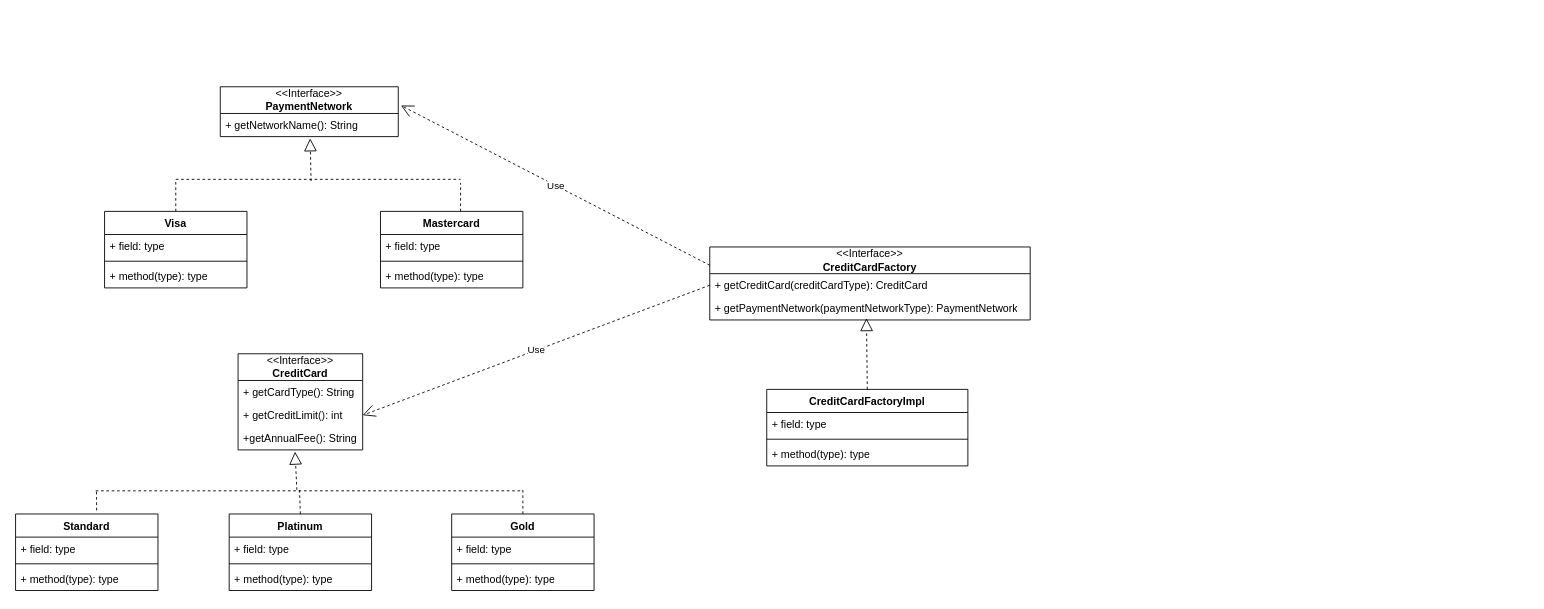
AndersonElit/design-patterns-examples keeps this draw.io diagram as creational-patterns/abstract-factory/abstract-factory-uml.drawio. Above is the earlier version. Source tidied: cells renumbered, new cells numbered last; positions are measured from the earlier drawing's top-left corner, leaving out a move shared by most shapes. Both pictures are drawn from the tidied source at 89%, with x=0, y=0 at pixel (15, 86).
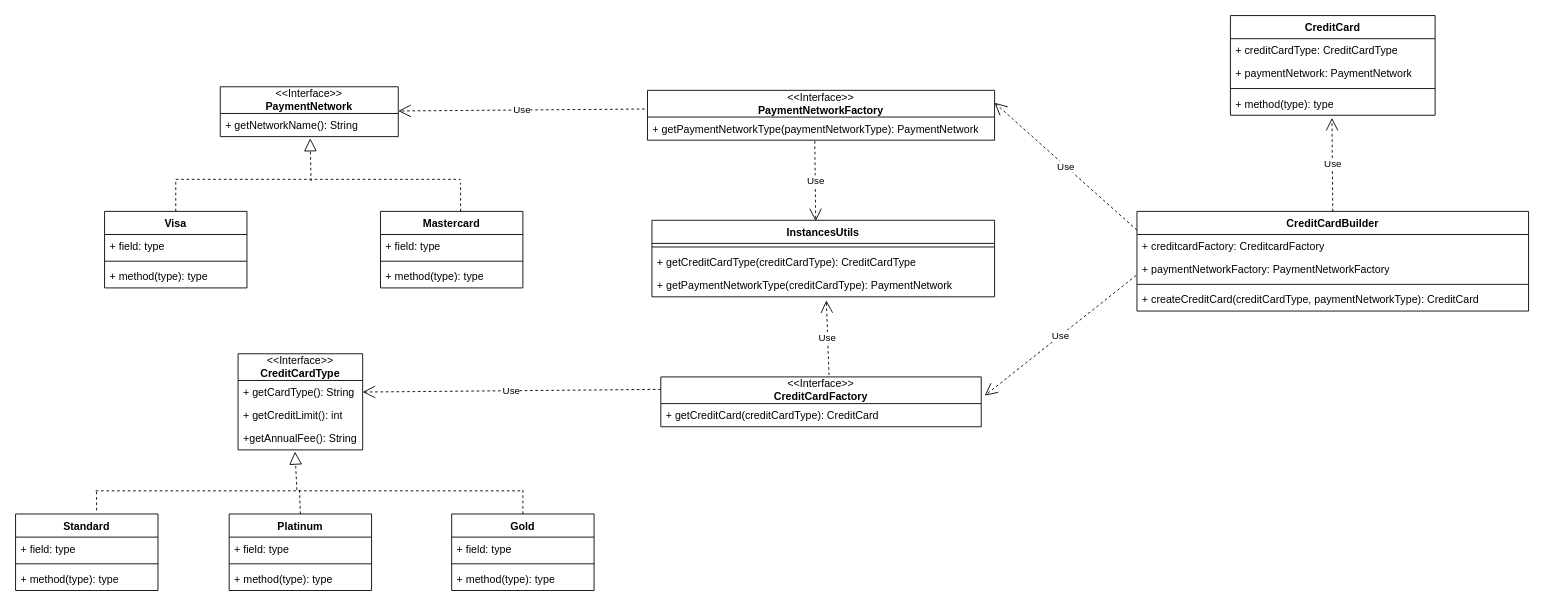
The same page after the edit.

Commit message (it also covers changes not shown here):
abstract factory UML diagram in combination with a builder class completed.

The change refers to these unchanged cells:
```xml
<mxCell id="3" value="+ getCardType(): String" style="text;strokeColor=none;fillColor=none;align=left;verticalAlign=top;spacingLeft=4;spacingRight=4;overflow=hidden;points=[[0,0.5],[1,0.5]];portConstraint=eastwest;whiteSpace=wrap;html=1;" parent="2" vertex="1">
  <mxGeometry y="30" width="140" height="26" as="geometry" />
</mxCell>
<mxCell id="4" value="+ getCreditLimit&lt;span style=&quot;font-size: var(--cib-type-body1-font-size); font-weight: var(--cib-type-body1-font-weight); color: rgb(17, 17, 17); font-variation-settings: var(--cib-type-subtitle1-font-variation-settings);&quot; class=&quot;hljs-params&quot;&gt;()&lt;/span&gt;&lt;span style=&quot;background-color: initial;&quot;&gt;: int&lt;/span&gt;" style="text;strokeColor=none;fillColor=none;align=left;verticalAlign=top;spacingLeft=4;spacingRight=4;overflow=hidden;points=[[0,0.5],[1,0.5]];portConstraint=eastwest;whiteSpace=wrap;html=1;" parent="2" vertex="1">
  <mxGeometry y="56" width="140" height="26" as="geometry" />
</mxCell>
<mxCell id="19" value="+ getCreditCard(creditCardType): CreditCard" style="text;strokeColor=none;fillColor=none;align=left;verticalAlign=top;spacingLeft=4;spacingRight=4;overflow=hidden;points=[[0,0.5],[1,0.5]];portConstraint=eastwest;whiteSpace=wrap;html=1;" parent="18" vertex="1">
  <mxGeometry y="30" width="360" height="26" as="geometry" />
</mxCell>
<mxCell id="26" value="&amp;lt;&amp;lt;Interface&amp;gt;&amp;gt;&lt;br&gt;&lt;b&gt;PaymentNetwork&lt;/b&gt;" style="swimlane;fontStyle=0;horizontal=1;startSize=30;fillColor=none;whiteSpace=wrap;html=1;" parent="1" vertex="1">
  <mxGeometry x="230" width="200" height="56" as="geometry" />
</mxCell>
```

Change to the diagram source:
```diff
@@
-    <mxCell id="2" value="&amp;lt;&amp;lt;Interface&amp;gt;&amp;gt;&lt;br&gt;&lt;b&gt;CreditCard&lt;/b&gt;" style="swimlane;fontStyle=0;horizontal=1;startSize=30;fillColor=none;whiteSpace=wrap;html=1;" parent="1" vertex="1">
+    <mxCell id="2" value="&amp;lt;&amp;lt;Interface&amp;gt;&amp;gt;&lt;br&gt;&lt;b&gt;CreditCardType&lt;/b&gt;" style="swimlane;fontStyle=0;horizontal=1;startSize=30;fillColor=none;whiteSpace=wrap;html=1;" parent="1" vertex="1">
       <mxGeometry x="250" y="300" width="140" height="108" as="geometry" />
     </mxCell>
@@
     <mxCell id="18" value="&amp;lt;&amp;lt;Interface&amp;gt;&amp;gt;&lt;br&gt;&lt;b&gt;CreditCardFactory&lt;/b&gt;" style="swimlane;fontStyle=0;horizontal=1;startSize=30;fillColor=none;whiteSpace=wrap;html=1;" parent="1" vertex="1">
-      <mxGeometry x="780" y="180" width="360" height="82" as="geometry" />
+      <mxGeometry x="725" y="326" width="360" height="56" as="geometry" />
     </mxCell>
@@
-    <mxCell id="20" value="+ getPaymentNetwork(paymentNetworkType): PaymentNetwork" style="text;strokeColor=none;fillColor=none;align=left;verticalAlign=top;spacingLeft=4;spacingRight=4;overflow=hidden;points=[[0,0.5],[1,0.5]];portConstraint=eastwest;whiteSpace=wrap;html=1;" parent="18" vertex="1">
-      <mxGeometry y="56" width="360" height="26" as="geometry" />
-    </mxCell>
@@
-    <mxCell id="40" value="CreditCardFactoryImpl" style="swimlane;fontStyle=1;align=center;verticalAlign=top;horizontal=1;startSize=26;whiteSpace=wrap;html=1;" parent="1" vertex="1">
-      <mxGeometry x="844" y="340" width="226" height="86" as="geometry" />
-    </mxCell>
-    <mxCell id="41" value="+ field: type" style="text;strokeColor=none;fillColor=none;align=left;verticalAlign=top;spacingLeft=4;spacingRight=4;overflow=hidden;whiteSpace=wrap;html=1;" parent="40" vertex="1">
-      <mxGeometry y="26" width="226" height="26" as="geometry" />
-    </mxCell>
-    <mxCell id="42" style="line;strokeWidth=1;fillColor=none;align=left;verticalAlign=middle;spacingTop=-1;spacingLeft=3;spacingRight=3;labelPosition=right;strokeColor=inherit;" parent="40" vertex="1">
-      <mxGeometry y="52" width="226" height="8" as="geometry" />
-    </mxCell>
+    <mxCell id="47" value="&amp;lt;&amp;lt;Interface&amp;gt;&amp;gt;&lt;br&gt;&lt;b style=&quot;border-color: var(--border-color);&quot;&gt;PaymentNetwork&lt;/b&gt;&lt;b&gt;Factory&lt;/b&gt;" style="swimlane;fontStyle=0;horizontal=1;startSize=30;fillColor=none;whiteSpace=wrap;html=1;" parent="1" vertex="1">
+      <mxGeometry x="710" y="4" width="390" height="56" as="geometry" />
+    </mxCell>
+    <mxCell id="48" value="+ getPaymentNetworkType(paymentNetworkType): PaymentNetwork" style="text;strokeColor=none;fillColor=none;align=left;verticalAlign=top;spacingLeft=4;spacingRight=4;overflow=hidden;points=[[0,0.5],[1,0.5]];portConstraint=eastwest;whiteSpace=wrap;html=1;" parent="47" vertex="1">
+      <mxGeometry y="30" width="390" height="26" as="geometry" />
+    </mxCell>
+    <mxCell id="49" value="CreditCardBuilder" style="swimlane;fontStyle=1;align=center;verticalAlign=top;horizontal=1;startSize=26;whiteSpace=wrap;html=1;" parent="1" vertex="1">
+      <mxGeometry x="1260" y="140" width="440" height="112" as="geometry" />
+    </mxCell>
+    <mxCell id="50" value="+ creditcardFactory: CreditcardFactory" style="text;strokeColor=none;fillColor=none;align=left;verticalAlign=top;spacingLeft=4;spacingRight=4;overflow=hidden;whiteSpace=wrap;html=1;" parent="49" vertex="1">
+      <mxGeometry y="26" width="440" height="26" as="geometry" />
+    </mxCell>
+    <mxCell id="51" value="+ paymentNetworkFactory: PaymentNetworkFactory" style="text;strokeColor=none;fillColor=none;align=left;verticalAlign=top;spacingLeft=4;spacingRight=4;overflow=hidden;points=[[0,0.5],[1,0.5]];portConstraint=eastwest;whiteSpace=wrap;html=1;" parent="49" vertex="1">
+      <mxGeometry y="52" width="440" height="26" as="geometry" />
+    </mxCell>
+    <mxCell id="52" style="line;strokeWidth=1;fillColor=none;align=left;verticalAlign=middle;spacingTop=-1;spacingLeft=3;spacingRight=3;labelPosition=right;strokeColor=inherit;" parent="49" vertex="1">
+      <mxGeometry y="78" width="440" height="8" as="geometry" />
+    </mxCell>
+    <mxCell id="53" value="+ createCreditCard(creditCardType, paymentNetworkType): CreditCard" style="text;strokeColor=none;fillColor=none;align=left;verticalAlign=top;spacingLeft=4;spacingRight=4;overflow=hidden;whiteSpace=wrap;html=1;" parent="49" vertex="1">
+      <mxGeometry y="86" width="440" height="26" as="geometry" />
+    </mxCell>
+    <mxCell id="54" value="CreditCard" style="swimlane;fontStyle=1;align=center;verticalAlign=top;horizontal=1;startSize=26;whiteSpace=wrap;html=1;" parent="1" vertex="1">
+      <mxGeometry x="1365" y="-80" width="230" height="112" as="geometry" />
+    </mxCell>
+    <mxCell id="55" value="+ creditCardType: CreditCardType" style="text;strokeColor=none;fillColor=none;align=left;verticalAlign=top;spacingLeft=4;spacingRight=4;overflow=hidden;whiteSpace=wrap;html=1;" parent="54" vertex="1">
+      <mxGeometry y="26" width="230" height="26" as="geometry" />
+    </mxCell>
+    <mxCell id="56" value="+ paymentNetwork: PaymentNetwork" style="text;strokeColor=none;fillColor=none;align=left;verticalAlign=top;spacingLeft=4;spacingRight=4;overflow=hidden;whiteSpace=wrap;html=1;" parent="54" vertex="1">
+      <mxGeometry y="52" width="230" height="26" as="geometry" />
+    </mxCell>
+    <mxCell id="57" style="line;strokeWidth=1;fillColor=none;align=left;verticalAlign=middle;spacingTop=-1;spacingLeft=3;spacingRight=3;labelPosition=right;strokeColor=inherit;" parent="54" vertex="1">
+      <mxGeometry y="78" width="230" height="8" as="geometry" />
+    </mxCell>
-    <mxCell id="43" value="+ method(type): type" style="text;strokeColor=none;fillColor=none;align=left;verticalAlign=top;spacingLeft=4;spacingRight=4;overflow=hidden;points=[[0,0.5],[1,0.5]];portConstraint=eastwest;whiteSpace=wrap;html=1;" parent="40" vertex="1">
-      <mxGeometry y="60" width="226" height="26" as="geometry" />
+    <mxCell id="43" value="+ method(type): type" style="text;strokeColor=none;fillColor=none;align=left;verticalAlign=top;spacingLeft=4;spacingRight=4;overflow=hidden;points=[[0,0.5],[1,0.5]];portConstraint=eastwest;whiteSpace=wrap;html=1;" parent="54" vertex="1">
+      <mxGeometry y="86" width="230" height="26" as="geometry" />
     </mxCell>
-    <mxCell id="44" style="endArrow=block;dashed=1;endFill=0;endSize=12;html=1;rounded=0;entryX=0.489;entryY=0.923;entryDx=0;entryDy=0;entryPerimeter=0;exitX=0.5;exitY=0;exitDx=0;exitDy=0;" parent="1" edge="1" source="40" target="20">
-      <mxGeometry relative="1" as="geometry" />
-    </mxCell>
-    <mxCell id="45" value="Use" style="endArrow=open;endSize=12;dashed=1;html=1;rounded=0;exitX=0;exitY=0.25;exitDx=0;exitDy=0;entryX=1.015;entryY=0.375;entryDx=0;entryDy=0;entryPerimeter=0;" parent="1" edge="1" source="18" target="26">
-      <mxGeometry relative="1" as="geometry" />
-    </mxCell>
-    <mxCell id="46" value="Use" style="endArrow=open;endSize=12;dashed=1;html=1;rounded=0;exitX=0;exitY=0.5;exitDx=0;exitDy=0;entryX=1;entryY=0.5;entryDx=0;entryDy=0;" parent="1" edge="1" source="19" target="4">
-      <mxGeometry relative="1" as="geometry" />
-    </mxCell>
+    <mxCell id="58" value="Use" style="endArrow=open;endSize=12;dashed=1;html=1;rounded=0;exitX=-0.008;exitY=0.375;exitDx=0;exitDy=0;exitPerimeter=0;" parent="1" edge="1" source="47" target="26">
+      <mxGeometry relative="1" as="geometry" />
+    </mxCell>
+    <mxCell id="59" value="Use" style="endArrow=open;endSize=12;dashed=1;html=1;rounded=0;exitX=0;exitY=0.25;exitDx=0;exitDy=0;entryX=1;entryY=0.5;entryDx=0;entryDy=0;" parent="1" edge="1" source="18" target="3">
+      <mxGeometry relative="1" as="geometry" />
+    </mxCell>
+    <mxCell id="60" value="Use" style="endArrow=open;endSize=12;dashed=1;html=1;rounded=0;exitX=0;exitY=0.188;exitDx=0;exitDy=0;exitPerimeter=0;entryX=1;entryY=0.25;entryDx=0;entryDy=0;" parent="1" edge="1" source="49" target="47">
+      <mxGeometry relative="1" as="geometry" />
+    </mxCell>
+    <mxCell id="61" value="Use" style="endArrow=open;endSize=12;dashed=1;html=1;rounded=0;exitX=-0.002;exitY=0.769;exitDx=0;exitDy=0;exitPerimeter=0;entryX=1.011;entryY=0.375;entryDx=0;entryDy=0;entryPerimeter=0;" parent="1" edge="1" source="51" target="18">
+      <mxGeometry relative="1" as="geometry" />
+    </mxCell>
+    <mxCell id="62" value="Use" style="endArrow=open;endSize=12;dashed=1;html=1;rounded=0;exitX=0.5;exitY=0;exitDx=0;exitDy=0;entryX=0.496;entryY=1.115;entryDx=0;entryDy=0;entryPerimeter=0;" parent="1" edge="1" source="49" target="43">
+      <mxGeometry relative="1" as="geometry" />
+    </mxCell>
+    <mxCell id="63" value="InstancesUtils" style="swimlane;fontStyle=1;align=center;verticalAlign=top;horizontal=1;startSize=26;whiteSpace=wrap;html=1;" parent="1" vertex="1">
+      <mxGeometry x="715" y="150" width="385" height="86" as="geometry" />
+    </mxCell>
+    <mxCell id="64" style="line;strokeWidth=1;fillColor=none;align=left;verticalAlign=middle;spacingTop=-1;spacingLeft=3;spacingRight=3;labelPosition=right;strokeColor=inherit;" parent="63" vertex="1">
+      <mxGeometry y="26" width="385" height="8" as="geometry" />
+    </mxCell>
+    <mxCell id="65" value="+ getCreditCardType(creditCardType): CreditCardType" style="text;strokeColor=none;fillColor=none;align=left;verticalAlign=top;spacingLeft=4;spacingRight=4;overflow=hidden;whiteSpace=wrap;html=1;" parent="63" vertex="1">
+      <mxGeometry y="34" width="385" height="26" as="geometry" />
+    </mxCell>
+    <mxCell id="66" value="+ getPaymentNetworkType(creditCardType): PaymentNetwork" style="text;strokeColor=none;fillColor=none;align=left;verticalAlign=top;spacingLeft=4;spacingRight=4;overflow=hidden;points=[[0,0.5],[1,0.5]];portConstraint=eastwest;whiteSpace=wrap;html=1;" parent="63" vertex="1">
+      <mxGeometry y="60" width="385" height="26" as="geometry" />
+    </mxCell>
+    <mxCell id="67" value="Use" style="endArrow=open;endSize=12;dashed=1;html=1;rounded=0;exitX=0.482;exitY=1.038;exitDx=0;exitDy=0;exitPerimeter=0;entryX=0.478;entryY=0.012;entryDx=0;entryDy=0;entryPerimeter=0;" parent="1" edge="1" source="48" target="63">
+      <mxGeometry relative="1" as="geometry" />
+    </mxCell>
+    <mxCell id="68" value="Use" style="endArrow=open;endSize=12;dashed=1;html=1;rounded=0;exitX=0.525;exitY=-0.036;exitDx=0;exitDy=0;exitPerimeter=0;entryX=0.509;entryY=1.154;entryDx=0;entryDy=0;entryPerimeter=0;" parent="1" edge="1" source="18" target="66">
+      <mxGeometry relative="1" as="geometry" />
+    </mxCell>
```
